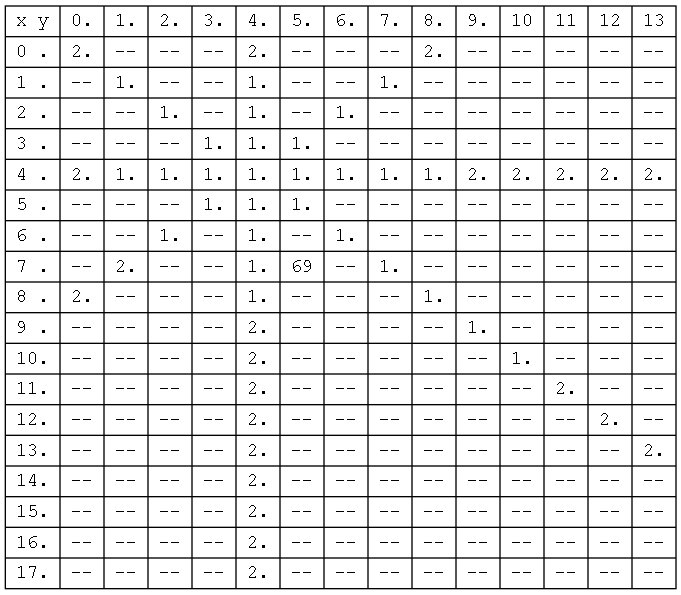
Before: muestra.png, a diagram exported from Graphviz (Lcastellanos5686/IPC2_Proyecto1_202103105). Its source is kept beside it as muestra.dot. Source of this version:
```dot
digraph structs {
    node [shape=record];
    rankdir = LR    MATRIZ [fontname = "Courier New",
        label="
{x y|0.|1.|2.|3.|4.|5.|6.|7.|8.|9.|10|11|12|13}|
{0 .|2.|--|--|--|2.|--|--|--|2.|--|--|--|--|--}|
{1 .|--|1.|--|--|1.|--|--|1.|--|--|--|--|--|--}|
{2 .|--|--|1.|--|1.|--|1.|--|--|--|--|--|--|--}|
{3 .|--|--|--|1.|1.|1.|--|--|--|--|--|--|--|--}|
{4 .|2.|1.|1.|1.|1.|1.|1.|1.|1.|2.|2.|2.|2.|2.}|
{5 .|--|--|--|1.|1.|1.|--|--|--|--|--|--|--|--}|
{6 .|--|--|1.|--|1.|--|1.|--|--|--|--|--|--|--}|
{7 .|--|2.|--|--|1.|69|--|1.|--|--|--|--|--|--}|
{8 .|2.|--|--|--|1.|--|--|--|1.|--|--|--|--|--}|
{9 .|--|--|--|--|2.|--|--|--|--|1.|--|--|--|--}|
{10.|--|--|--|--|2.|--|--|--|--|--|1.|--|--|--}|
{11.|--|--|--|--|2.|--|--|--|--|--|--|2.|--|--}|
{12.|--|--|--|--|2.|--|--|--|--|--|--|--|2.|--}|
{13.|--|--|--|--|2.|--|--|--|--|--|--|--|--|2.}|
{14.|--|--|--|--|2.|--|--|--|--|--|--|--|--|--}|
{15.|--|--|--|--|2.|--|--|--|--|--|--|--|--|--}|
{16.|--|--|--|--|2.|--|--|--|--|--|--|--|--|--}|
{17.|--|--|--|--|2.|--|--|--|--|--|--|--|--|--}"]
                }
```
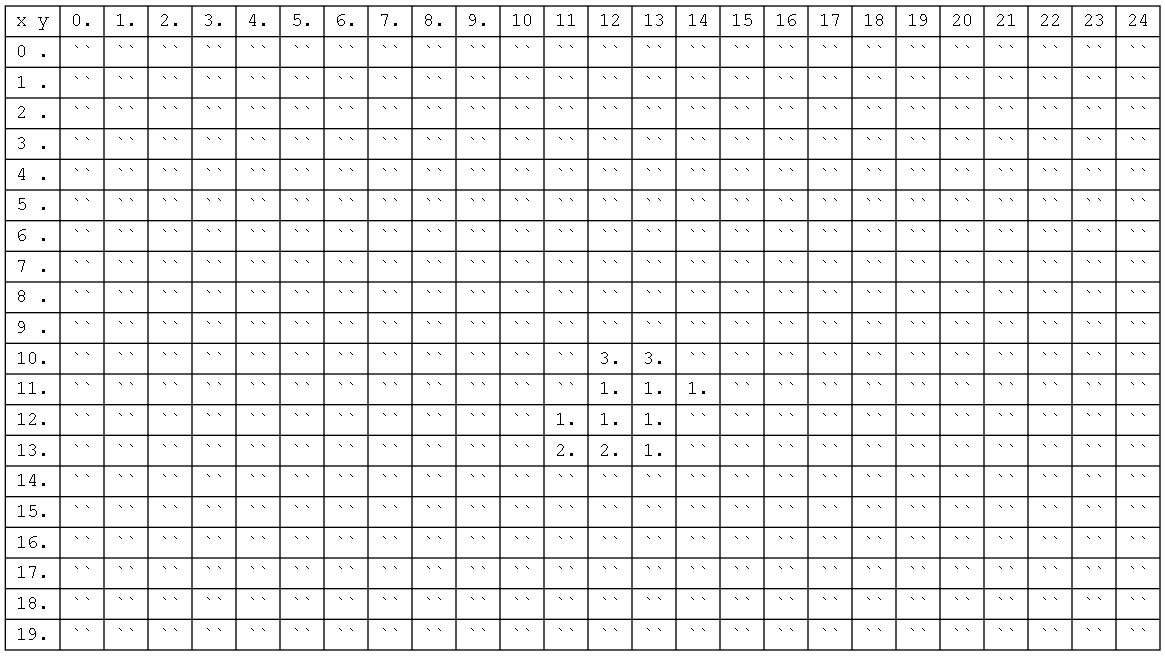
Above is the later version.

Change to the diagram source:
```diff
@@ -2,23 +2,25 @@
     node [shape=record];
     rankdir = LR    MATRIZ [fontname = "Courier New",
         label="
-{x y|0.|1.|2.|3.|4.|5.|6.|7.|8.|9.|10|11|12|13}|
-{0 .|2.|--|--|--|2.|--|--|--|2.|--|--|--|--|--}|
-{1 .|--|1.|--|--|1.|--|--|1.|--|--|--|--|--|--}|
-{2 .|--|--|1.|--|1.|--|1.|--|--|--|--|--|--|--}|
-{3 .|--|--|--|1.|1.|1.|--|--|--|--|--|--|--|--}|
-{4 .|2.|1.|1.|1.|1.|1.|1.|1.|1.|2.|2.|2.|2.|2.}|
-{5 .|--|--|--|1.|1.|1.|--|--|--|--|--|--|--|--}|
-{6 .|--|--|1.|--|1.|--|1.|--|--|--|--|--|--|--}|
-{7 .|--|2.|--|--|1.|69|--|1.|--|--|--|--|--|--}|
-{8 .|2.|--|--|--|1.|--|--|--|1.|--|--|--|--|--}|
-{9 .|--|--|--|--|2.|--|--|--|--|1.|--|--|--|--}|
-{10.|--|--|--|--|2.|--|--|--|--|--|1.|--|--|--}|
-{11.|--|--|--|--|2.|--|--|--|--|--|--|2.|--|--}|
-{12.|--|--|--|--|2.|--|--|--|--|--|--|--|2.|--}|
-{13.|--|--|--|--|2.|--|--|--|--|--|--|--|--|2.}|
-{14.|--|--|--|--|2.|--|--|--|--|--|--|--|--|--}|
-{15.|--|--|--|--|2.|--|--|--|--|--|--|--|--|--}|
-{16.|--|--|--|--|2.|--|--|--|--|--|--|--|--|--}|
-{17.|--|--|--|--|2.|--|--|--|--|--|--|--|--|--}"]
+{x y|0.|1.|2.|3.|4.|5.|6.|7.|8.|9.|10|11|12|13|14|15|16|17|18|19|20|21|22|23|24}|
+{0 .|``|``|``|``|``|``|``|``|``|``|``|``|``|``|``|``|``|``|``|``|``|``|``|``|``}|
+{1 .|``|``|``|``|``|``|``|``|``|``|``|``|``|``|``|``|``|``|``|``|``|``|``|``|``}|
+{2 .|``|``|``|``|``|``|``|``|``|``|``|``|``|``|``|``|``|``|``|``|``|``|``|``|``}|
+{3 .|``|``|``|``|``|``|``|``|``|``|``|``|``|``|``|``|``|``|``|``|``|``|``|``|``}|
+{4 .|``|``|``|``|``|``|``|``|``|``|``|``|``|``|``|``|``|``|``|``|``|``|``|``|``}|
+{5 .|``|``|``|``|``|``|``|``|``|``|``|``|``|``|``|``|``|``|``|``|``|``|``|``|``}|
+{6 .|``|``|``|``|``|``|``|``|``|``|``|``|``|``|``|``|``|``|``|``|``|``|``|``|``}|
+{7 .|``|``|``|``|``|``|``|``|``|``|``|``|``|``|``|``|``|``|``|``|``|``|``|``|``}|
+{8 .|``|``|``|``|``|``|``|``|``|``|``|``|``|``|``|``|``|``|``|``|``|``|``|``|``}|
+{9 .|``|``|``|``|``|``|``|``|``|``|``|``|``|``|``|``|``|``|``|``|``|``|``|``|``}|
+{10.|``|``|``|``|``|``|``|``|``|``|``|``|3.|3.|``|``|``|``|``|``|``|``|``|``|``}|
+{11.|``|``|``|``|``|``|``|``|``|``|``|``|1.|1.|1.|``|``|``|``|``|``|``|``|``|``}|
+{12.|``|``|``|``|``|``|``|``|``|``|``|1.|1.|1.|``|``|``|``|``|``|``|``|``|``|``}|
+{13.|``|``|``|``|``|``|``|``|``|``|``|2.|2.|1.|``|``|``|``|``|``|``|``|``|``|``}|
+{14.|``|``|``|``|``|``|``|``|``|``|``|``|``|``|``|``|``|``|``|``|``|``|``|``|``}|
+{15.|``|``|``|``|``|``|``|``|``|``|``|``|``|``|``|``|``|``|``|``|``|``|``|``|``}|
+{16.|``|``|``|``|``|``|``|``|``|``|``|``|``|``|``|``|``|``|``|``|``|``|``|``|``}|
+{17.|``|``|``|``|``|``|``|``|``|``|``|``|``|``|``|``|``|``|``|``|``|``|``|``|``}|
+{18.|``|``|``|``|``|``|``|``|``|``|``|``|``|``|``|``|``|``|``|``|``|``|``|``|``}|
+{19.|``|``|``|``|``|``|``|``|``|``|``|``|``|``|``|``|``|``|``|``|``|``|``|``|``}"]
                 }
```
